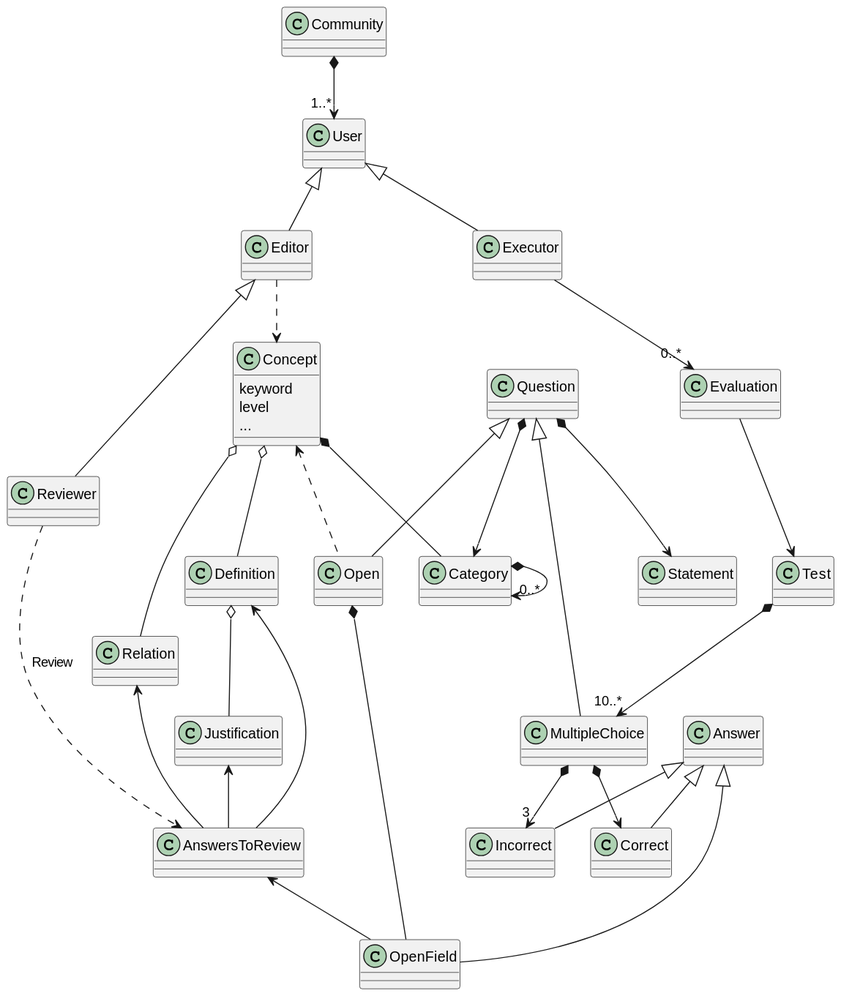
Earlier version of the PlantUML export out/doc/dominio_clases/OpoTestDomain.svg (Joselon/ProyectoOpoTest). The source it was exported from:
```plantuml
@startuml OpoTestDomain

class Community

class User

class Reviewer

class Editor

class Executor

class Evaluation

class Category

class Test

class AnswersToReview

class Concept {
    keyword
    level
    ...
}

class Open

class Question

class MultipleChoice

class Statement

class Answer

class Correct

Class Incorrect

Community *--> "1..*" User


User <|-- Editor
Editor <|--  Reviewer
User <|-- Executor

AnswersToReview <-- OpenField
Definition <-- AnswersToReview
Justification <-- AnswersToReview
Relation <-- AnswersToReview

Concept *-- Category
Concept o-- Definition
Definition o-- Justification
Concept o-- Relation

Executor --> "0..*" Evaluation
Evaluation --> Test

Editor ..> Concept
Concept <.. Open
Reviewer ..> AnswersToReview : Review
Question <|-- MultipleChoice
Question <|-- Open
Test *--> "10..*" MultipleChoice
Question *-->   Statement
MultipleChoice *--> "3" Incorrect
MultipleChoice *-->   Correct
Answer <|-- Correct
Answer <|-- Incorrect
Answer <|-- OpenField
Open *--OpenField

Question *--> Category
Category *-->"0..*" Category



@enduml
```
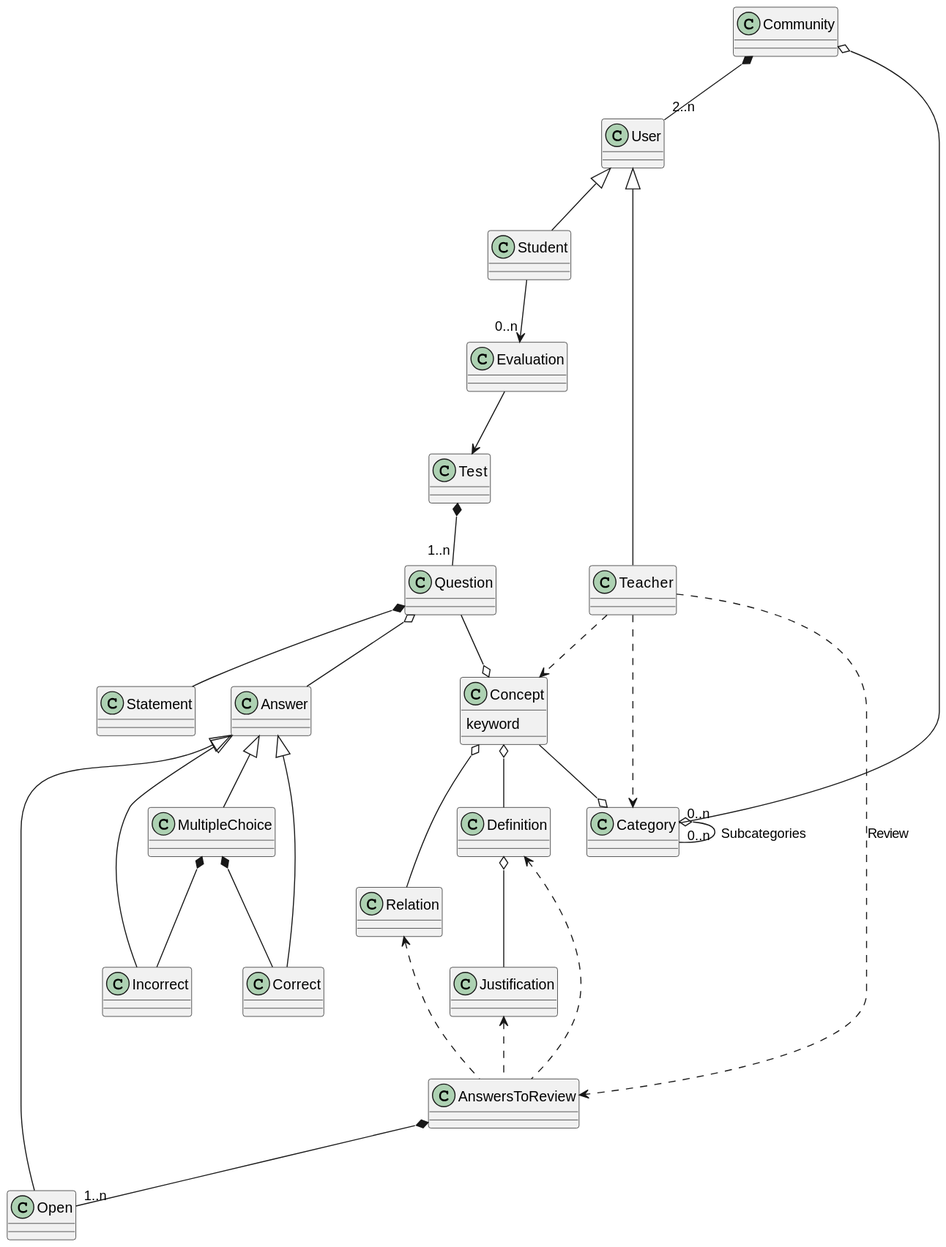
The same file after the commit.

Diff of the diagram source:
```diff
@@ -4,11 +4,9 @@
 
 class User
 
-class Reviewer
+class Teacher
 
-class Editor
-
-class Executor
+class Student
 
 class Evaluation
 
@@ -20,8 +18,6 @@
 
 class Concept {
     keyword
-    level
-    ...
 }
 
 class Open
@@ -38,42 +34,41 @@
 
 Class Incorrect
 
-Community *--> "1..*" User
+Community *-- "2..n" User
+Community o-- "0..n" Category
 
+User <|-- Teacher
+User <|-- Student
 
-User <|-- Editor
-Editor <|--  Reviewer
-User <|-- Executor
-
-AnswersToReview <-- OpenField
-Definition <-- AnswersToReview
-Justification <-- AnswersToReview
-Relation <-- AnswersToReview
-
-Concept *-- Category
+Teacher ..> Category
+Teacher ..> Concept
+Concept --o Category
+Question --o Concept
 Concept o-- Definition
 Definition o-- Justification
 Concept o-- Relation
 
-Executor --> "0..*" Evaluation
+Student --> "0..n" Evaluation
 Evaluation --> Test
 
-Editor ..> Concept
-Concept <.. Open
-Reviewer ..> AnswersToReview : Review
-Question <|-- MultipleChoice
-Question <|-- Open
-Test *--> "10..*" MultipleChoice
-Question *-->   Statement
-MultipleChoice *--> "3" Incorrect
-MultipleChoice *-->   Correct
+Teacher ..> AnswersToReview : Review
+AnswersToReview *-- "1..n" Open
+Definition <.. AnswersToReview
+Justification <.. AnswersToReview
+Relation <.. AnswersToReview
+
+Test *-- "1..n" Question
+Question *--   Statement
+Question o-- Answer
+MultipleChoice *-- Incorrect
+MultipleChoice *-- Correct
 Answer <|-- Correct
 Answer <|-- Incorrect
-Answer <|-- OpenField
-Open *--OpenField
+Answer <|-- Open
+Answer <|-- MultipleChoice
 
-Question *--> Category
-Category *-->"0..*" Category
+
+Category o--"0..n" Category : Subcategories
 
 
 
```
